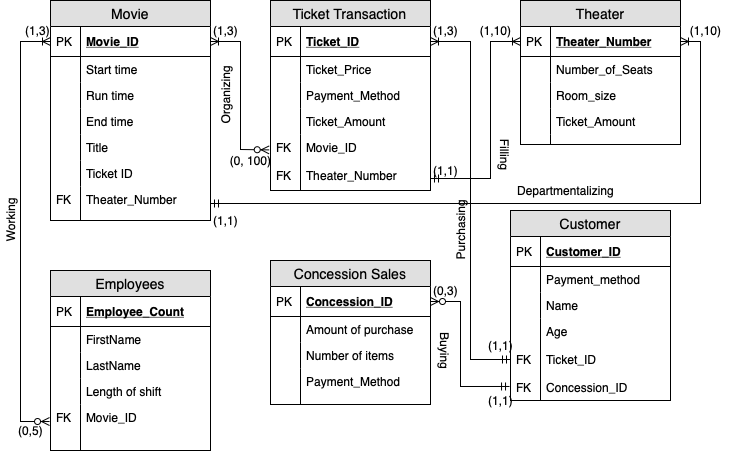
Before: final project.png, a diagram exported from draw.io (hek5118/IST-210). Source tidied: cells renumbered, new cells last; positions are measured from the earlier drawing's top-left corner, leaving out a move shared by most shapes.
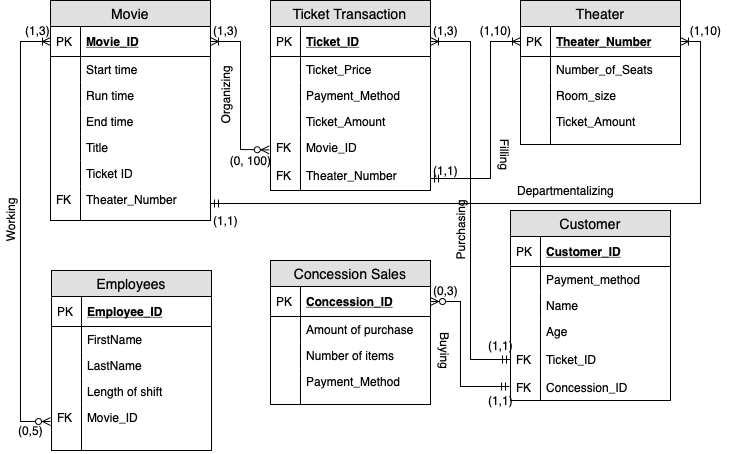
Later version of the same file.

What changed in the source:
```diff
@@ -75,9 +75,9 @@
       <mxGeometry width="30" height="36" as="geometry" />
     </mxCell>
     <mxCell id="26" value="Employees" style="swimlane;fontStyle=0;horizontal=1;startSize=26;fillColor=#e0e0e0;swimlaneFillColor=#ffffff;align=center;fontSize=14;" parent="1" vertex="1">
-      <mxGeometry x="70" y="270" width="160" height="180" as="geometry" />
+      <mxGeometry x="71" y="270" width="160" height="180" as="geometry" />
     </mxCell>
-    <mxCell id="27" value="Employee_Count" style="shape=partialRectangle;top=0;left=0;right=0;bottom=1;align=left;verticalAlign=middle;fillColor=none;spacingLeft=34;spacingRight=4;overflow=hidden;fontStyle=5;fontSize=12;" parent="26" vertex="1">
+    <mxCell id="27" value="Employee_ID" style="shape=partialRectangle;top=0;left=0;right=0;bottom=1;align=left;verticalAlign=middle;fillColor=none;spacingLeft=34;spacingRight=4;overflow=hidden;fontStyle=5;fontSize=12;" parent="26" vertex="1">
       <mxGeometry y="26" width="160" height="30" as="geometry" />
     </mxCell>
     <mxCell id="28" value="PK" style="shape=partialRectangle;top=0;left=0;bottom=0;fillColor=none;align=left;verticalAlign=middle;spacingLeft=4;spacingRight=4;overflow=hidden;fontSize=12;" parent="27" vertex="1">
```
